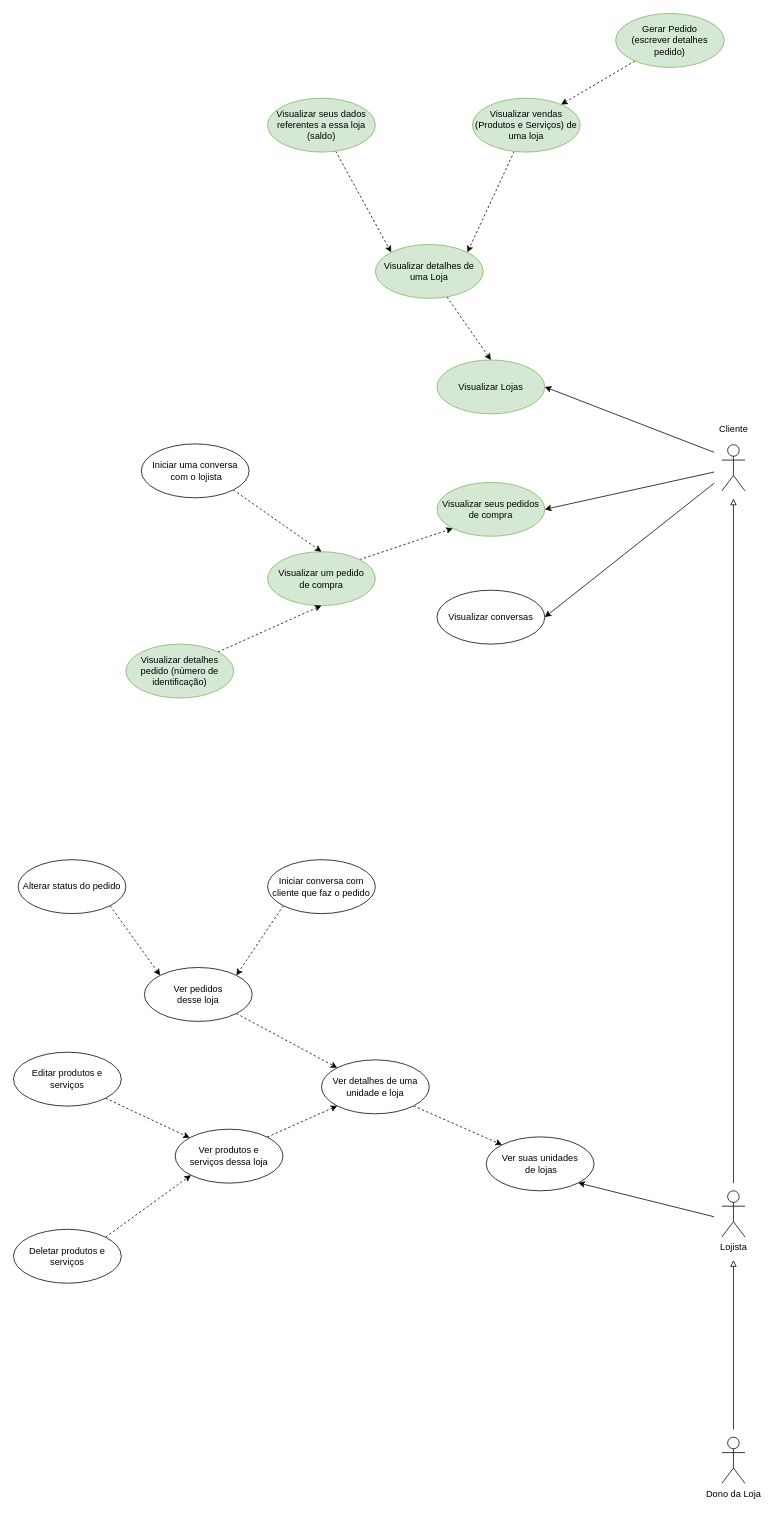
This is diagrams/UseCase.drawio from refocuscenter/refocus-center-api, a draw.io file, before an edit. Source tidied: cells renumbered, new cells numbered last; positions are measured from the earlier drawing's top-left corner, leaving out a move shared by most shapes. Both pictures are drawn from the tidied source at 77%, with x=0, y=0 at pixel (13, 13).
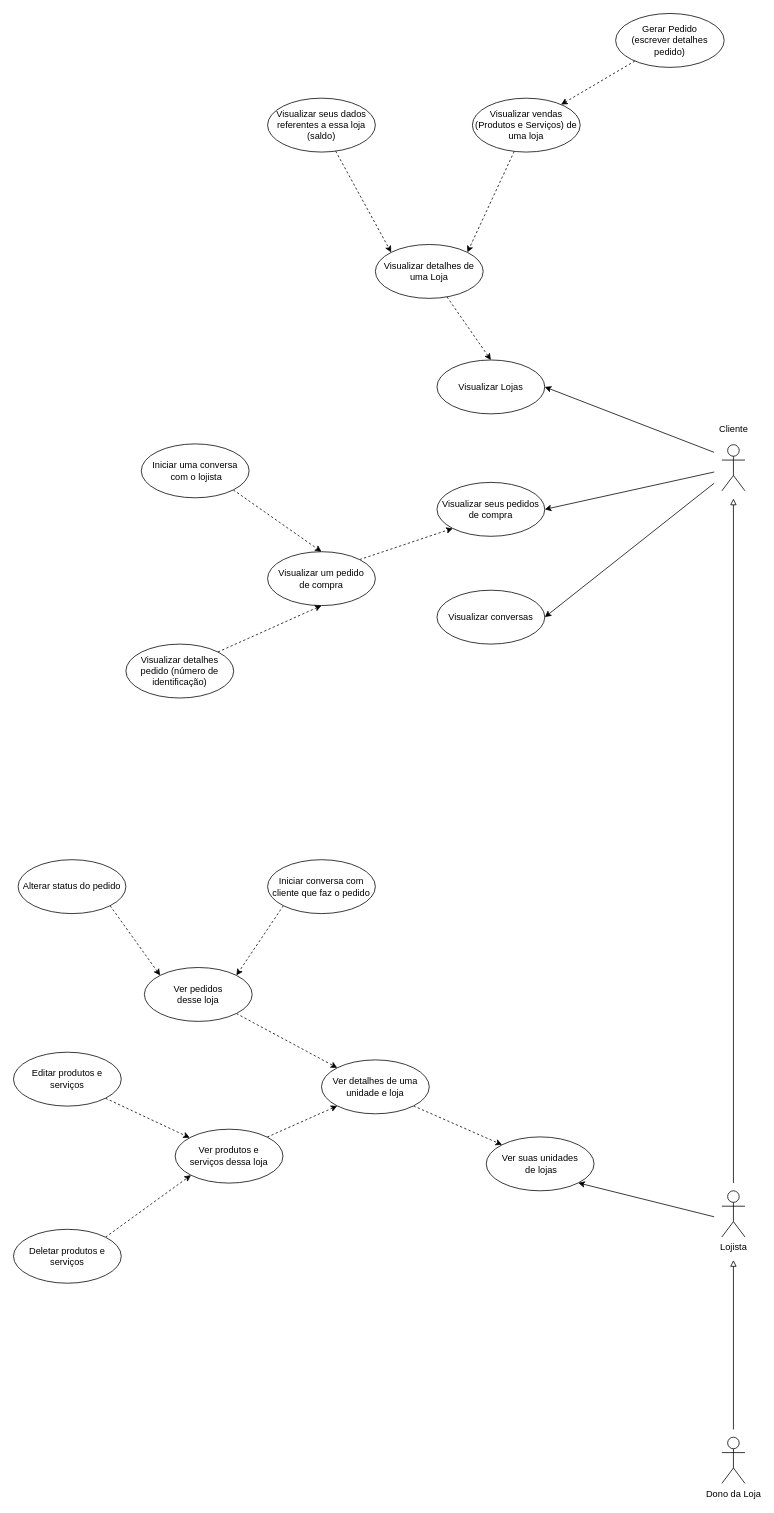
After the change.

Diff of the diagram source:
```diff
@@
-    <mxCell id="6" value="Visualizar Lojas" style="ellipse;whiteSpace=wrap;html=1;fillColor=#d5e8d4;strokeColor=#82b366;" parent="1" vertex="1">
+    <mxCell id="6" value="Visualizar Lojas" style="ellipse;whiteSpace=wrap;html=1;" parent="1" vertex="1">
       <mxGeometry x="550" y="450" width="140" height="70" as="geometry" />
     </mxCell>
@@
-    <mxCell id="8" value="Visualizar seus dados referentes a essa loja (saldo)" style="ellipse;whiteSpace=wrap;html=1;fillColor=#d5e8d4;strokeColor=#82b366;" parent="1" vertex="1">
+    <mxCell id="8" value="Visualizar seus dados referentes a essa loja (saldo)" style="ellipse;whiteSpace=wrap;html=1;" parent="1" vertex="1">
       <mxGeometry x="330" y="110" width="140" height="70" as="geometry" />
     </mxCell>
@@
-    <mxCell id="11" value="Visualizar vendas (Produtos e Serviços) de uma loja" style="ellipse;whiteSpace=wrap;html=1;fillColor=#d5e8d4;strokeColor=#82b366;" parent="1" vertex="1">
+    <mxCell id="11" value="Visualizar vendas (Produtos e Serviços) de uma loja" style="ellipse;whiteSpace=wrap;html=1;" parent="1" vertex="1">
       <mxGeometry x="596" y="110" width="140" height="70" as="geometry" />
     </mxCell>
@@
-    <mxCell id="13" value="Visualizar detalhes de uma Loja" style="ellipse;whiteSpace=wrap;html=1;fillColor=#d5e8d4;strokeColor=#82b366;" parent="1" vertex="1">
+    <mxCell id="13" value="Visualizar detalhes de uma Loja" style="ellipse;whiteSpace=wrap;html=1;" parent="1" vertex="1">
       <mxGeometry x="470" y="300" width="140" height="70" as="geometry" />
     </mxCell>
@@
-    <mxCell id="15" value="Gerar Pedido&lt;br&gt;(escrever detalhes pedido)" style="ellipse;whiteSpace=wrap;html=1;fillColor=#d5e8d4;strokeColor=#82b366;" parent="1" vertex="1">
+    <mxCell id="15" value="Gerar Pedido&lt;br&gt;(escrever detalhes pedido)" style="ellipse;whiteSpace=wrap;html=1;" parent="1" vertex="1">
       <mxGeometry x="782" width="141" height="70" as="geometry" />
     </mxCell>
@@
-    <mxCell id="25" value="Visualizar seus pedidos&lt;br&gt;de compra" style="ellipse;whiteSpace=wrap;html=1;fillColor=#d5e8d4;strokeColor=#82b366;" parent="1" vertex="1">
+    <mxCell id="25" value="Visualizar seus pedidos&lt;br&gt;de compra" style="ellipse;whiteSpace=wrap;html=1;" parent="1" vertex="1">
       <mxGeometry x="550" y="609" width="140" height="70" as="geometry" />
     </mxCell>
@@
-    <mxCell id="28" value="Visualizar um pedido&lt;br&gt;de compra" style="ellipse;whiteSpace=wrap;html=1;fillColor=#d5e8d4;strokeColor=#82b366;" parent="1" vertex="1">
+    <mxCell id="28" value="Visualizar um pedido&lt;br&gt;de compra" style="ellipse;whiteSpace=wrap;html=1;" parent="1" vertex="1">
       <mxGeometry x="330" y="699" width="140" height="70" as="geometry" />
     </mxCell>
@@
-    <mxCell id="30" value="Visualizar detalhes pedido (número de identificação)" style="ellipse;whiteSpace=wrap;html=1;fillColor=#d5e8d4;strokeColor=#82b366;" parent="1" vertex="1">
+    <mxCell id="30" value="Visualizar detalhes pedido (número de identificação)" style="ellipse;whiteSpace=wrap;html=1;" parent="1" vertex="1">
       <mxGeometry x="146" y="819" width="140" height="70" as="geometry" />
     </mxCell>
```
